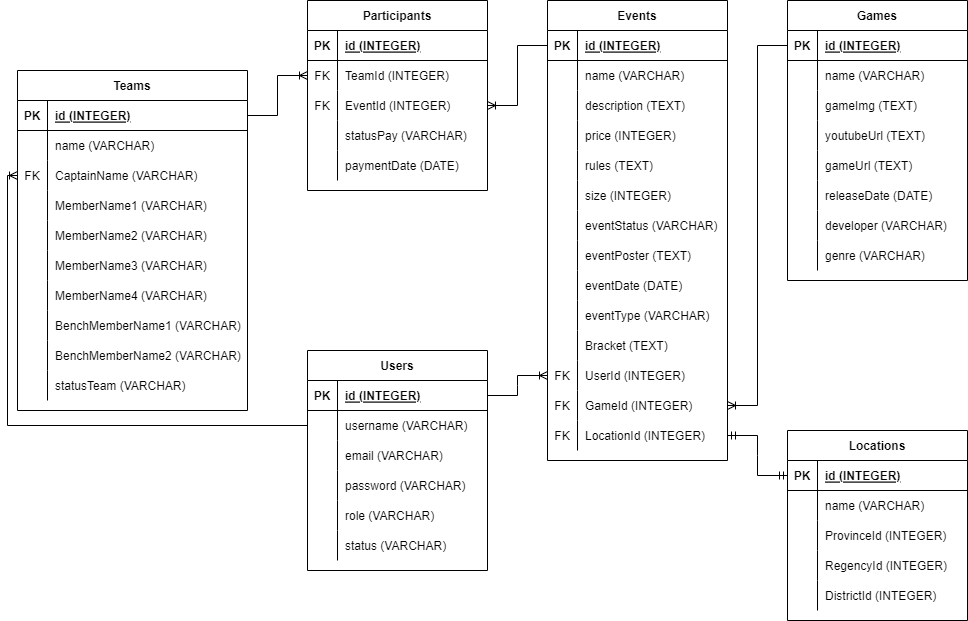
This is refrences/ERD DB Schema/Gametive Schema ERD.png from YohKristian/Gametive, a draw.io export, as it was before one commit. Source tidied: cells renumbered, new cells last; positions are measured from the earlier drawing's top-left corner, leaving out a move shared by most shapes.
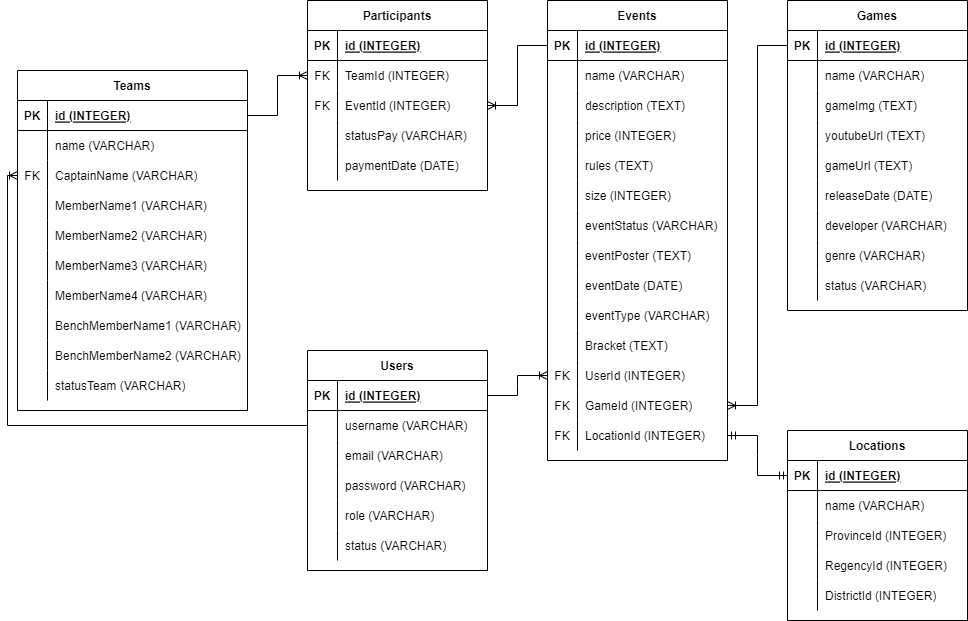
The same file after the commit.

The edit, as a diff of the source:
```diff
@@ -189,7 +189,7 @@
       <mxGeometry x="30" width="150" height="30" as="geometry" />
     </mxCell>
     <mxCell id="64" value="Games" style="shape=table;startSize=30;rowLines=0;fontStyle=1;align=center;" parent="1" vertex="1">
-      <mxGeometry x="770" width="180" height="280" as="geometry" />
+      <mxGeometry x="770" width="180" height="310" as="geometry" />
     </mxCell>
     <mxCell id="65" style="shape=tableRow;horizontal=0;startSize=0;swimlaneHead=0;swimlaneBody=0;fillColor=none;points=[[0,0.5],[1,0.5]];portConstraint=eastwest;top=0;left=0;right=0;bottom=1;" parent="64" vertex="1">
       <mxGeometry y="30" width="180" height="30" as="geometry" />
@@ -263,6 +263,15 @@
     <mxCell id="88" value="genre (VARCHAR)" style="shape=partialRectangle;fillColor=none;top=0;left=0;bottom=0;right=0;align=left;spacingLeft=6;overflow=hidden;" parent="86" vertex="1">
       <mxGeometry x="30" width="150" height="30" as="geometry" />
     </mxCell>
+    <mxCell id="158" style="shape=tableRow;horizontal=0;startSize=0;swimlaneHead=0;swimlaneBody=0;fillColor=none;top=0;left=0;right=0;bottom=0;" parent="64" vertex="1">
+      <mxGeometry y="270" width="180" height="30" as="geometry" />
+    </mxCell>
+    <mxCell id="159" style="shape=partialRectangle;fillColor=none;top=0;left=0;bottom=0;right=0;overflow=hidden;" parent="158" vertex="1">
+      <mxGeometry width="30" height="30" as="geometry" />
+    </mxCell>
+    <mxCell id="160" value="status (VARCHAR)" style="shape=partialRectangle;fillColor=none;top=0;left=0;bottom=0;right=0;align=left;spacingLeft=6;overflow=hidden;" parent="158" vertex="1">
+      <mxGeometry x="30" width="150" height="30" as="geometry" />
+    </mxCell>
     <mxCell id="89" style="edgeStyle=entityRelationEdgeStyle;fontSize=12;html=1;endArrow=ERoneToMany;rounded=0;exitX=1;exitY=0.5;exitDx=0;exitDy=0;entryX=0;entryY=0.5;entryDx=0;entryDy=0;" parent="1" edge="1" source="3" target="55">
       <mxGeometry relative="1" as="geometry" />
     </mxCell>
```
